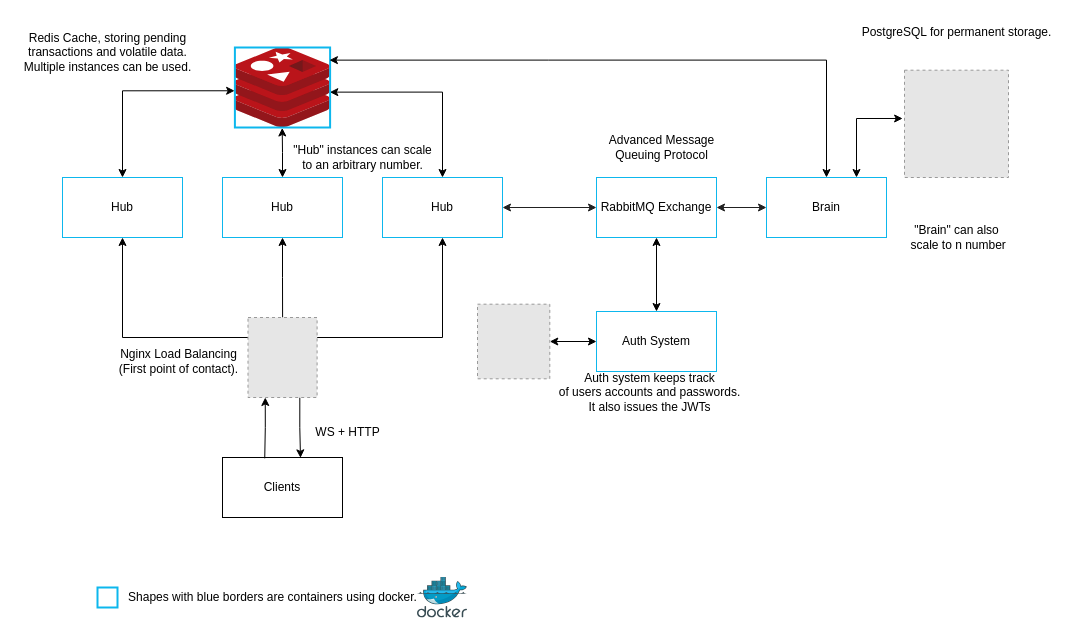
Earlier version of the draw.io diagram report/Diagrams/TradingPlatform.drawio (JohnCosta27/RealTimeTradingSystem). Source tidied: cells renumbered, new cells numbered last; positions are measured from the earlier drawing's top-left corner, leaving out a move shared by most shapes. Both pictures are drawn from the tidied source at 100%, with x=0, y=0 at pixel (17, 17). Pictures stored in the file or linked from it are replaced by grey dashed boxes.
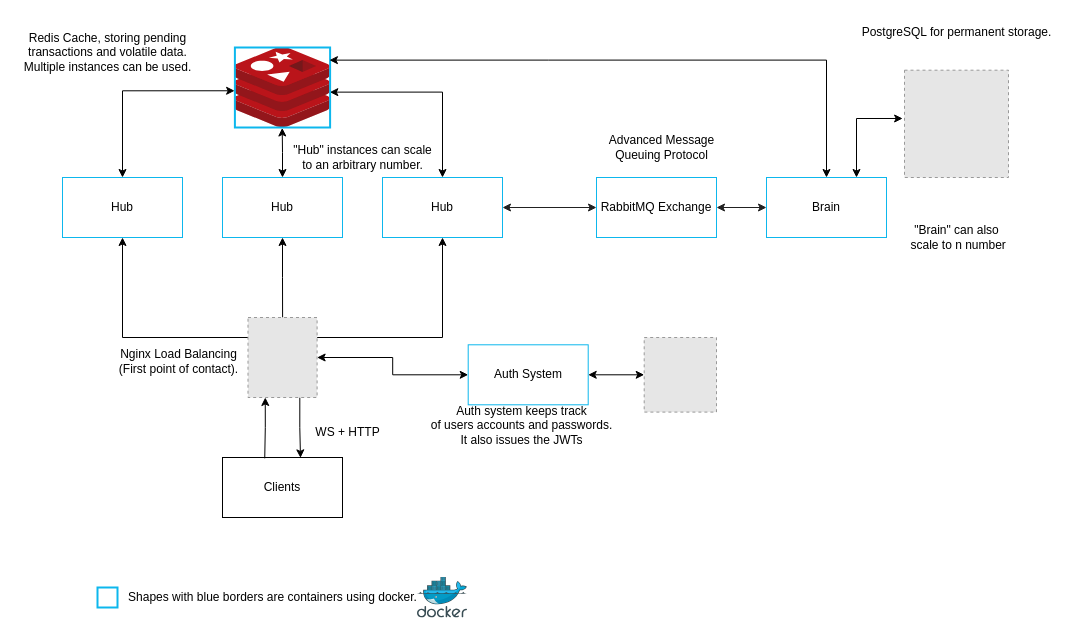
The same page after the edit.

The change refers to these unchanged cells:
```xml
<mxCell id="15" style="fillColor=#E6E6E6;strokeColor=#999999;dashed=1;verticalLabelPosition=bottom;labelBackgroundColor=default;verticalAlign=top;" parent="1" vertex="1">
  <mxGeometry x="230.5" y="300" width="69.1" height="80" as="geometry" />
</mxCell>
<mxCell id="31" value="RabbitMQ Exchange" style="rounded=0;whiteSpace=wrap;html=1;strokeColor=#0DB7ED;" parent="1" vertex="1">
  <mxGeometry x="579" y="160" width="120" height="60" as="geometry" />
</mxCell>
```

The edit, as a diff of the source:
```diff
@@
+    <mxCell id="38" style="edgeStyle=orthogonalEdgeStyle;rounded=0;jettySize=auto;html=1;exitX=1;exitY=0.5;exitDx=0;exitDy=0;entryX=0;entryY=0.5;entryDx=0;entryDy=0;startArrow=classic;startFill=1;" parent="1" edge="1" source="15" target="35">
+      <mxGeometry relative="1" as="geometry" />
+    </mxCell>
@@
-    <mxCell id="30" style="edgeStyle=orthogonalEdgeStyle;rounded=0;jettySize=auto;html=1;exitX=0.5;exitY=1;exitDx=0;exitDy=0;entryX=0.5;entryY=0;entryDx=0;entryDy=0;startArrow=classic;startFill=1;" parent="1" edge="1" source="31" target="35">
-      <mxGeometry relative="1" as="geometry" />
-    </mxCell>
@@
-    <mxCell id="34" style="edgeStyle=orthogonalEdgeStyle;rounded=0;jettySize=auto;html=1;exitX=0;exitY=0.5;exitDx=0;exitDy=0;entryX=1;entryY=0.5;entryDx=0;entryDy=0;startArrow=classic;startFill=1;" parent="1" edge="1" source="35" target="36">
+    <mxCell id="34" style="edgeStyle=orthogonalEdgeStyle;rounded=0;jettySize=auto;html=1;exitX=1;exitY=0.5;exitDx=0;exitDy=0;entryX=0;entryY=0.5;entryDx=0;entryDy=0;startArrow=classic;startFill=1;" parent="1" edge="1" source="35" target="36">
       <mxGeometry relative="1" as="geometry" />
     </mxCell>
     <mxCell id="35" value="Auth System" style="rounded=0;whiteSpace=wrap;html=1;strokeColor=#0DB7ED;" parent="1" vertex="1">
-      <mxGeometry x="579" y="294" width="120" height="60" as="geometry" />
+      <mxGeometry x="450.7" y="327.3" width="120" height="60" as="geometry" />
     </mxCell>
     <mxCell id="36" style="fillColor=#E6E6E6;strokeColor=#999999;dashed=1;verticalLabelPosition=bottom;labelBackgroundColor=default;verticalAlign=top;" parent="1" vertex="1">
-      <mxGeometry x="460" y="286.7" width="72.3" height="74.6" as="geometry" />
+      <mxGeometry x="626.7" y="320" width="72.3" height="74.6" as="geometry" />
     </mxCell>
     <mxCell id="37" value="Auth system keeps track &lt;br&gt;of users accounts and passwords.&lt;br&gt;It also issues the JWTs" style="text;html=1;align=center;verticalAlign=middle;strokeColor=none;fillColor=none;" parent="1" vertex="1">
-      <mxGeometry x="532.3" y="350" width="200" height="50" as="geometry" />
+      <mxGeometry x="404" y="383.3" width="200" height="50" as="geometry" />
     </mxCell>
```
